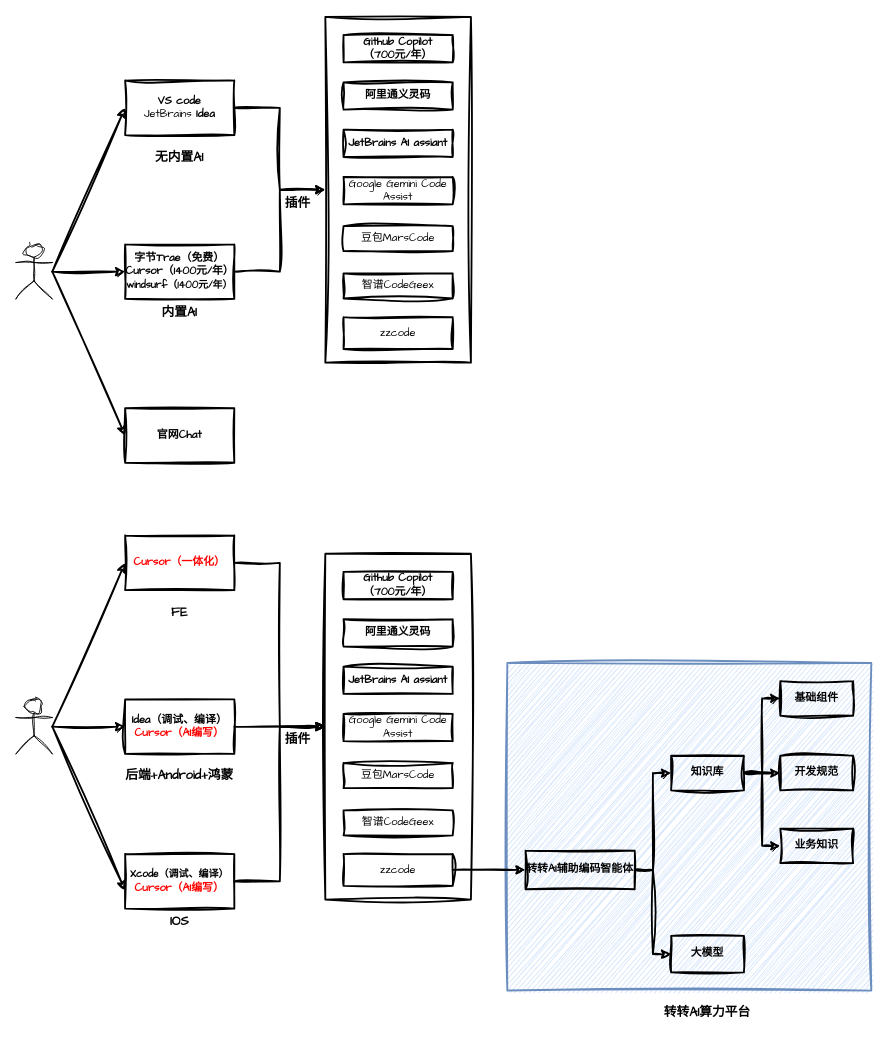
The draw.io diagram tc/AI工具.drawio in zhuanzhuan-tech/arch-draw-io, before the edit. Source tidied: cells renumbered, new cells numbered last; positions are measured from the earlier drawing's top-left corner, leaving out a move shared by most shapes. Both pictures are drawn from the tidied source at 91%, with x=0, y=0 at pixel (15, 16).
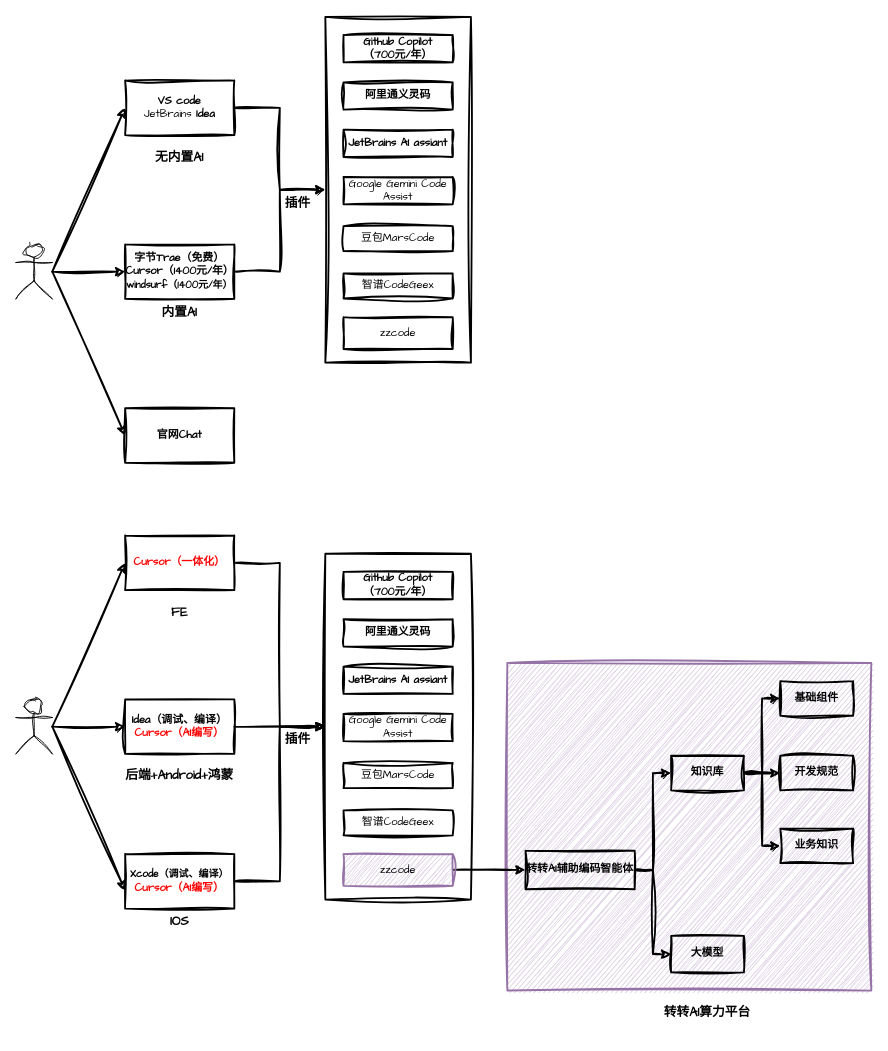
After the change.

What changed in the source:
```diff
@@
-    <mxCell id="2" value="&lt;b&gt;&lt;br&gt;&lt;/b&gt;" style="rounded=0;whiteSpace=wrap;html=1;sketch=1;hachureGap=4;jiggle=2;curveFitting=1;fontFamily=Architects Daughter;fillColor=#dae8fc;strokeWidth=2;strokeColor=#6c8ebf;" parent="1" vertex="1">
+    <mxCell id="2" value="&lt;b&gt;&lt;br&gt;&lt;/b&gt;" style="rounded=0;whiteSpace=wrap;html=1;sketch=1;hachureGap=4;jiggle=2;curveFitting=1;fontFamily=Architects Daughter;fillColor=#e1d5e7;strokeWidth=2;strokeColor=#9673a6;" parent="1" vertex="1">
       <mxGeometry x="540" y="710" width="400" height="360" as="geometry" />
     </mxCell>
@@
-    <mxCell id="38" value="&lt;div data-mind-map-text=&quot;[{&amp;quot;paragraphProps&amp;quot;:{&amp;quot;type&amp;quot;:&amp;quot;paragraph&amp;quot;,&amp;quot;textAlign&amp;quot;:0,&amp;quot;lineSpacing&amp;quot;:1.4},&amp;quot;isComplete&amp;quot;:true,&amp;quot;textProps&amp;quot;:[{&amp;quot;type&amp;quot;:&amp;quot;text&amp;quot;,&amp;quot;text&amp;quot;:&amp;quot;豆包MarsCode&amp;quot;,&amp;quot;color&amp;quot;:&amp;quot;#1f1f1f&amp;quot;,&amp;quot;fontWeight&amp;quot;:400,&amp;quot;fontSize&amp;quot;:14,&amp;quot;fontFamily&amp;quot;:&amp;quot;\&amp;quot;Helvetica Neue\&amp;quot;, Helvetica, \&amp;quot;PingFang SC\&amp;quot;, \&amp;quot;Microsoft YaHei\&amp;quot;, \&amp;quot;Source Han Sans SC\&amp;quot;, \&amp;quot;Noto Sans CJK SC\&amp;quot;, \&amp;quot;WenQuanYi Micro Hei\&amp;quot;, sans-serif&amp;quot;,&amp;quot;italic&amp;quot;:false,&amp;quot;underline&amp;quot;:false,&amp;quot;strike&amp;quot;:false}]}]&quot;&gt;&lt;div data-mind-map-text=&quot;[{&amp;quot;paragraphProps&amp;quot;:{&amp;quot;type&amp;quot;:&amp;quot;paragraph&amp;quot;,&amp;quot;textAlign&amp;quot;:0,&amp;quot;lineSpacing&amp;quot;:1.4},&amp;quot;isComplete&amp;quot;:true,&amp;quot;textProps&amp;quot;:[{&amp;quot;type&amp;quot;:&amp;quot;text&amp;quot;,&amp;quot;text&amp;quot;:&amp;quot;zzcode&amp;quot;,&amp;quot;color&amp;quot;:&amp;quot;#1f1f1f&amp;quot;,&amp;quot;fontWeight&amp;quot;:400,&amp;quot;fontSize&amp;quot;:14,&amp;quot;fontFamily&amp;quot;:&amp;quot;\&amp;quot;Helvetica Neue\&amp;quot;, Helvetica, \&amp;quot;PingFang SC\&amp;quot;, \&amp;quot;Microsoft YaHei\&amp;quot;, \&amp;quot;Source Han Sans SC\&amp;quot;, \&amp;quot;Noto Sans CJK SC\&amp;quot;, \&amp;quot;WenQuanYi Micro Hei\&amp;quot;, sans-serif&amp;quot;,&amp;quot;italic&amp;quot;:false,&amp;quot;underline&amp;quot;:false,&amp;quot;strike&amp;quot;:false}]}]&quot;&gt;zzcode&lt;/div&gt;&lt;/div&gt;" style="rounded=0;whiteSpace=wrap;html=1;sketch=1;hachureGap=4;jiggle=2;curveFitting=1;fontFamily=Architects Daughter;fillColor=none;strokeWidth=2;" parent="1" vertex="1">
+    <mxCell id="38" value="&lt;div data-mind-map-text=&quot;[{&amp;quot;paragraphProps&amp;quot;:{&amp;quot;type&amp;quot;:&amp;quot;paragraph&amp;quot;,&amp;quot;textAlign&amp;quot;:0,&amp;quot;lineSpacing&amp;quot;:1.4},&amp;quot;isComplete&amp;quot;:true,&amp;quot;textProps&amp;quot;:[{&amp;quot;type&amp;quot;:&amp;quot;text&amp;quot;,&amp;quot;text&amp;quot;:&amp;quot;豆包MarsCode&amp;quot;,&amp;quot;color&amp;quot;:&amp;quot;#1f1f1f&amp;quot;,&amp;quot;fontWeight&amp;quot;:400,&amp;quot;fontSize&amp;quot;:14,&amp;quot;fontFamily&amp;quot;:&amp;quot;\&amp;quot;Helvetica Neue\&amp;quot;, Helvetica, \&amp;quot;PingFang SC\&amp;quot;, \&amp;quot;Microsoft YaHei\&amp;quot;, \&amp;quot;Source Han Sans SC\&amp;quot;, \&amp;quot;Noto Sans CJK SC\&amp;quot;, \&amp;quot;WenQuanYi Micro Hei\&amp;quot;, sans-serif&amp;quot;,&amp;quot;italic&amp;quot;:false,&amp;quot;underline&amp;quot;:false,&amp;quot;strike&amp;quot;:false}]}]&quot;&gt;&lt;div data-mind-map-text=&quot;[{&amp;quot;paragraphProps&amp;quot;:{&amp;quot;type&amp;quot;:&amp;quot;paragraph&amp;quot;,&amp;quot;textAlign&amp;quot;:0,&amp;quot;lineSpacing&amp;quot;:1.4},&amp;quot;isComplete&amp;quot;:true,&amp;quot;textProps&amp;quot;:[{&amp;quot;type&amp;quot;:&amp;quot;text&amp;quot;,&amp;quot;text&amp;quot;:&amp;quot;zzcode&amp;quot;,&amp;quot;color&amp;quot;:&amp;quot;#1f1f1f&amp;quot;,&amp;quot;fontWeight&amp;quot;:400,&amp;quot;fontSize&amp;quot;:14,&amp;quot;fontFamily&amp;quot;:&amp;quot;\&amp;quot;Helvetica Neue\&amp;quot;, Helvetica, \&amp;quot;PingFang SC\&amp;quot;, \&amp;quot;Microsoft YaHei\&amp;quot;, \&amp;quot;Source Han Sans SC\&amp;quot;, \&amp;quot;Noto Sans CJK SC\&amp;quot;, \&amp;quot;WenQuanYi Micro Hei\&amp;quot;, sans-serif&amp;quot;,&amp;quot;italic&amp;quot;:false,&amp;quot;underline&amp;quot;:false,&amp;quot;strike&amp;quot;:false}]}]&quot;&gt;zzcode&lt;/div&gt;&lt;/div&gt;" style="rounded=0;whiteSpace=wrap;html=1;sketch=1;hachureGap=4;jiggle=2;curveFitting=1;fontFamily=Architects Daughter;fillColor=#e1d5e7;strokeWidth=2;strokeColor=#9673a6;" parent="1" vertex="1">
       <mxGeometry x="360" y="920" width="120" height="35" as="geometry" />
     </mxCell>
```
